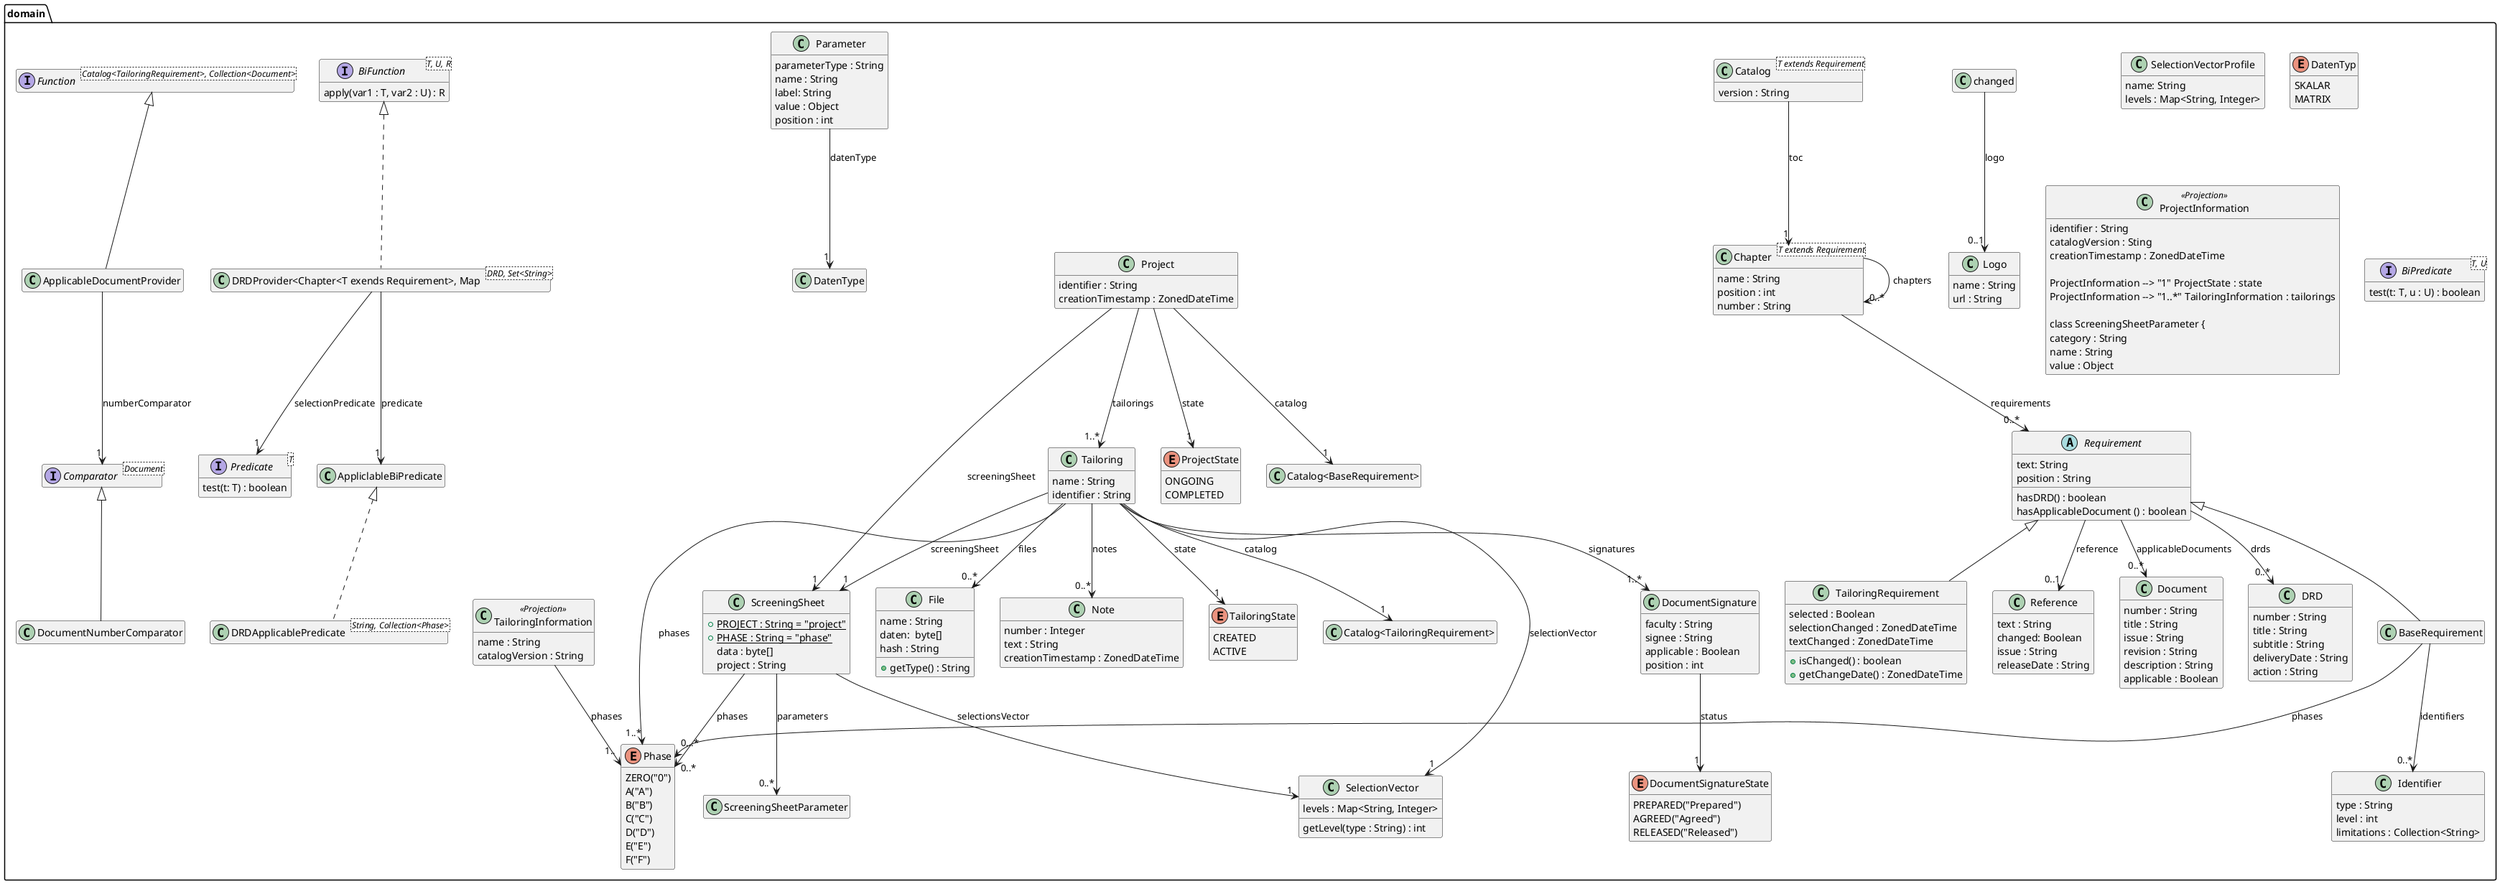
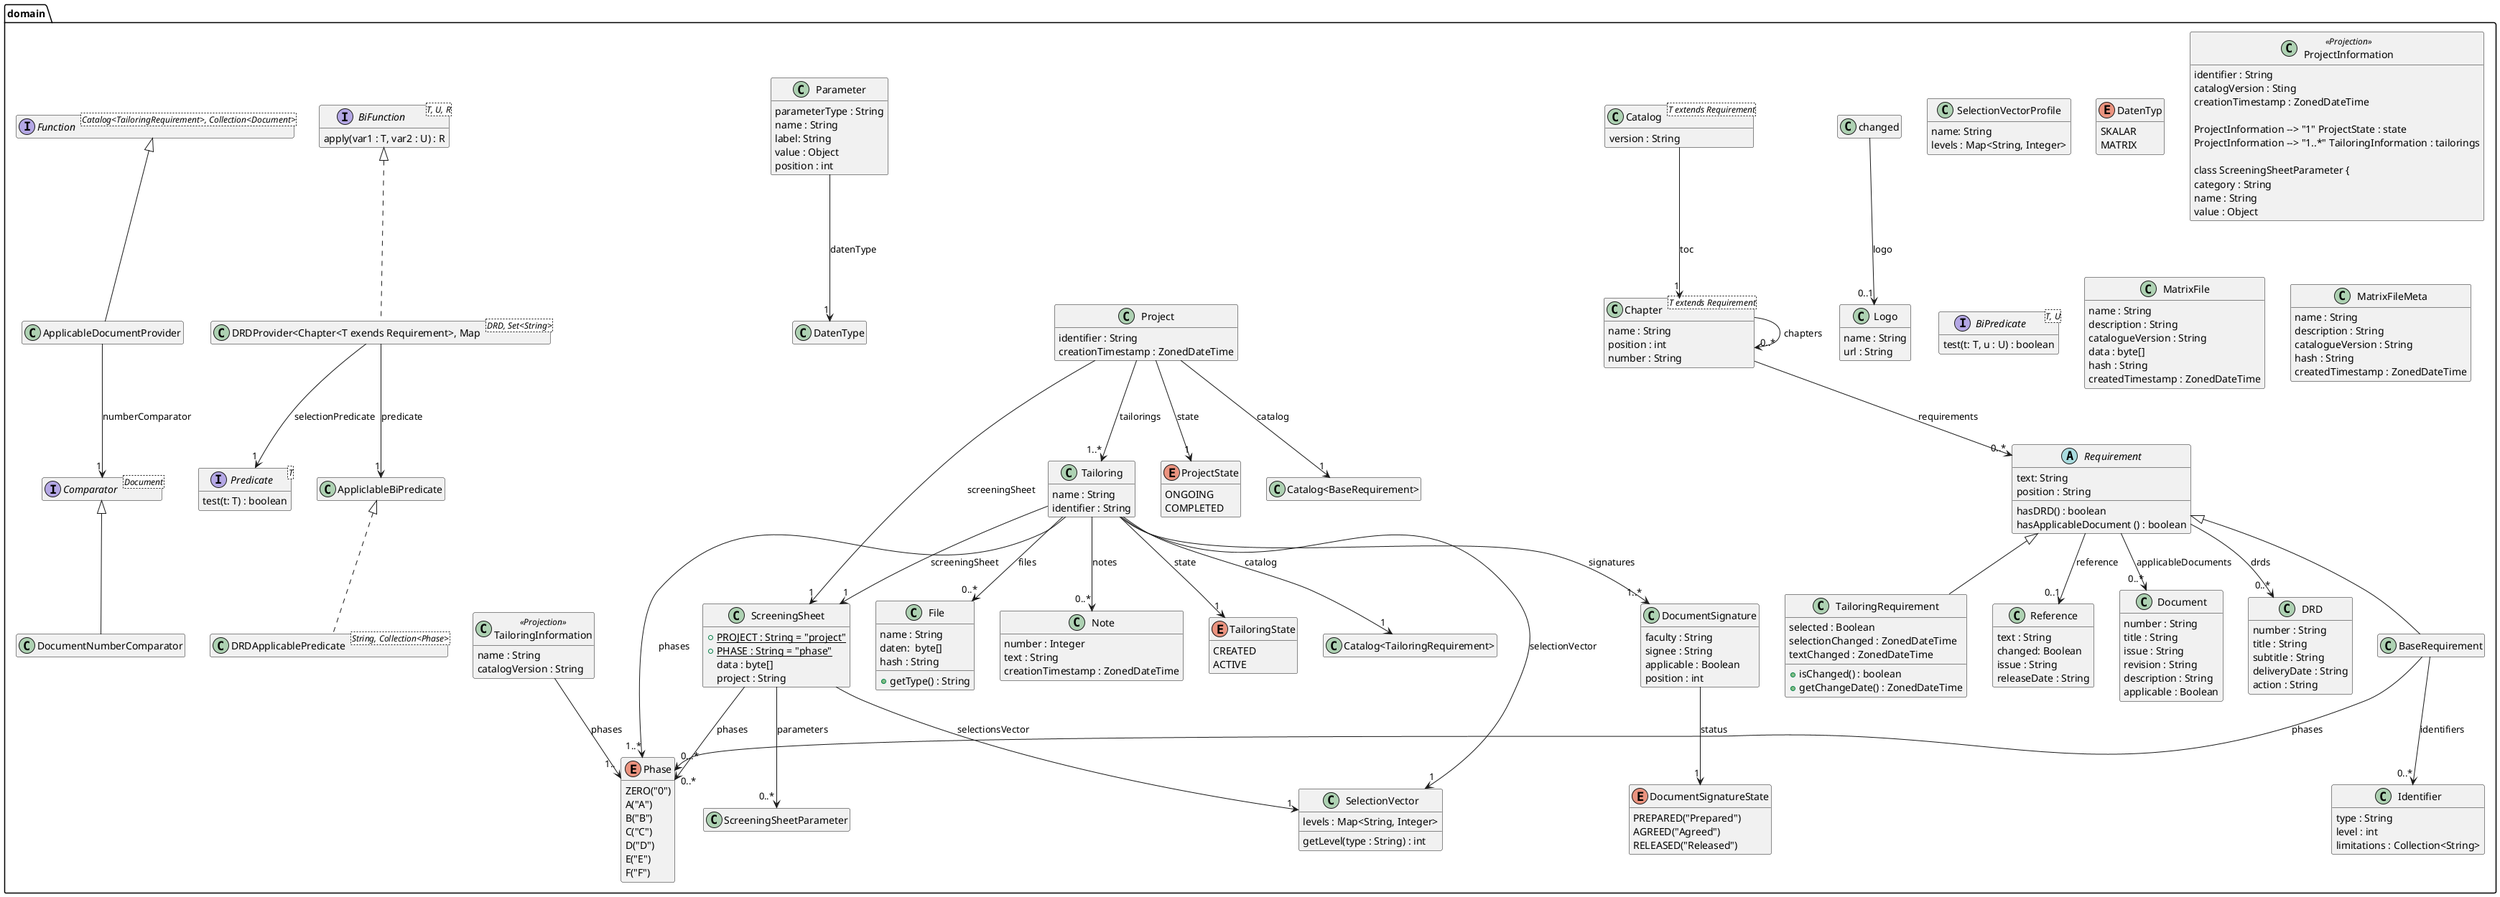
@startuml Ebene3.png
skinparam componentStyle uml2

package domain {

    class Logo {
        name : String
        url : String
    }

    class Reference {
      text : String
      changed: Boolean
      issue : String
      releaseDate : String


    }
    changed --> "0..1" Logo : logo

    class Document {
        number : String
        title : String
        issue : String
        revision : String
        description : String
        applicable : Boolean

    }

    interface "Comparator<Document>"  as documentComparator
    class DocumentNumberComparator {
    }
    documentComparator <|-- DocumentNumberComparator

    abstract class Requirement{
      text: String
      position : String
      hasDRD() : boolean
      hasApplicableDocument () : boolean
    }
    Requirement --> "0..1" Reference : reference
    Requirement --> "0..*" DRD : drds
    Requirement --> "0..*" Document : applicableDocuments


    class DRD {
        number : String
        title : String
        subtitle : String
        deliveryDate : String
        action : String
    }
    class Identifier {
        type : String
        level : int
        limitations : Collection<String>
    }

    enum Phase {
        ZERO("0")
        A("A")
        B("B")
        C("C")
        D("D")
        E("E")
        F("F")
    }

    class BaseRequirement {
    }
    Requirement <|-- BaseRequirement
    BaseRequirement --> "0..*" Identifier : identifiers
    BaseRequirement --> "0...*" Phase : phases


    class Chapter<T extends Requirement> {
        name : String
        position : int
        number : String
    }
    Chapter --> "0..*" Chapter : chapters
    Chapter --> "0..*" Requirement : requirements

    class TailoringRequirement {
        selected : Boolean
        selectionChanged : ZonedDateTime
        textChanged : ZonedDateTime
        +isChanged() : boolean
        +getChangeDate() : ZonedDateTime
    }
    Requirement <|-- TailoringRequirement

    class Catalog<T extends Requirement> {
        version : String
    }
    Catalog --> "1" Chapter : toc


    class SelectionVector {
        levels : Map<String, Integer>
        getLevel(type : String) : int
    }

    class SelectionVectorProfile {
        name: String
        levels : Map<String, Integer>
    }

    class ScreeningSheet {
        +{static} PROJECT : String = "project"
        +{static} PHASE : String = "phase"
        data : byte[]
        project : String
    }
    ScreeningSheet --> "1" SelectionVector : selectionsVector
    ScreeningSheet -->  "0..*" ScreeningSheetParameter : parameters
    ScreeningSheet -->  "0..*" Phase : phases

    class File {
        name : String
        daten:  byte[]
        hash : String
        +getType() : String
    }

    class Note {
        number : Integer
        text : String
        creationTimestamp : ZonedDateTime
    }

    enum TailoringState {
        CREATED
        ACTIVE
    }

    class Tailoring {
        name : String
        identifier : String
    }

    Tailoring --> "1" SelectionVector : selectionVector
    Tailoring --> "1" ScreeningSheet : screeningSheet
    Tailoring --> "1..*" Phase : phases
    Tailoring --> "1" "Catalog<TailoringRequirement>" : catalog
    Tailoring --> "1" TailoringState : state
    Tailoring --> "0..*" File : files
    Tailoring --> "1..*" DocumentSignature : signatures
    Tailoring --> "0..*" Note : notes

    enum ProjectState {
        ONGOING
        COMPLETED
    }

    class Project {
        identifier : String
        creationTimestamp : ZonedDateTime
    }
    Project --> "1" ProjectState : state
    Project --> "1..*" Tailoring : tailorings
    Project --> "1" ScreeningSheet : screeningSheet
    Project --> "1" "Catalog<BaseRequirement>" : catalog

    enum DatenTyp {
        SKALAR
        MATRIX
    }

    class Parameter {
        parameterType : String
        name : String
        label: String
        value : Object
        position : int
    }
    Parameter --> "1" DatenType : datenType

    enum DocumentSignatureState {
        PREPARED("Prepared")
        AGREED("Agreed")
        RELEASED("Released")
    }

    class DocumentSignature {
        faculty : String
        signee : String
        applicable : Boolean
        position : int
    }
    DocumentSignature --> "1" DocumentSignatureState : status

    class TailoringInformation<<Projection>> {
        name : String
        catalogVersion : String
    }
    TailoringInformation --> "1.." Phase : phases

    class ProjectInformation<<Projection>> {
        identifier : String
        catalogVersion : Sting
        creationTimestamp : ZonedDateTime

    ProjectInformation --> "1" ProjectState : state
    ProjectInformation --> "1..*" TailoringInformation : tailorings

    class ScreeningSheetParameter {
        category : String
        name : String
        value : Object
    }


    interface "Predicate<T>" as RequirementSelectionPredicate {
        test(t: T) : boolean
    }


    interface "BiPredicate<T, U>" as Applicl+ableBiPredicate {
        test(t: T, u : U) : boolean
    }
    class DRDApplicablePredicate<String, Collection<Phase>> {
    }
    AppliclableBiPredicate <|.. DRDApplicablePredicate


    interface "BiFunction<T, U, R>" as DRDProviderBiFunction {
        apply(var1 : T, var2 : U) : R
    }
    class "DRDProvider<Chapter<T exends Requirement>, Map<DRD, Set<String>>" as DRDProvider{
    }
    DRDProviderBiFunction <|.. DRDProvider
    DRDProvider --> "1" RequirementSelectionPredicate : selectionPredicate
    DRDProvider --> "1" AppliclableBiPredicate : predicate

    interface "Function<Catalog<TailoringRequirement>, Collection<Document>>" as applicableDocumentProvider {
    }

    class ApplicableDocumentProvider {
    }
    applicableDocumentProvider <|-- ApplicableDocumentProvider
    ApplicableDocumentProvider --> "1" documentComparator : numberComparator

+     class MatrixFile {
+         name : String
+         description : String
+         catalogueVersion : String
+         data : byte[]
+         hash : String
+         createdTimestamp : ZonedDateTime
+     }
+ 
+     class MatrixFileMeta {
+         name : String
+         description : String
+         catalogueVersion : String
+         hash : String
+         createdTimestamp : ZonedDateTime
+     }
}
hide empty members
@enduml
